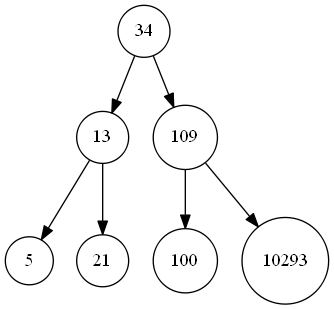
Before: ABB/grafo.png, a diagram exported from Graphviz (randolph182/EDD_S1_20201). Its source is kept beside it as ABB/grafo.dot. Source of this version:
```dot
digraph G{
node [shape=circle];
"0xc000006028"[label="34"];
"0xc000006028" -> "0xc0000044a8";
"0xc000006028" -> "0xc0000044b0";
"0xc0000044a8"[label="13"];
"0xc0000044a8" -> "0xc0000044c8";
"0xc0000044a8" -> "0xc0000044d0";
"0xc0000044c8"[label="5"];
"0xc0000044d0"[label="21"];
"0xc0000044b0"[label="109"];
"0xc0000044b0" -> "0xc000004508";
"0xc0000044b0" -> "0xc000004510";
"0xc000004508"[label="100"];
"0xc000004510"[label="10293"];

}
```
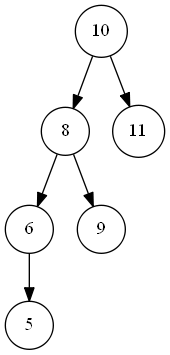
After the change.

Diff of the diagram source:
```diff
@@ -1,16 +1,19 @@
 digraph G{
 node [shape=circle];
-"0xc000006028"[label="34"];
-"0xc000006028" -> "0xc0000044a8";
-"0xc000006028" -> "0xc0000044b0";
-"0xc0000044a8"[label="13"];
-"0xc0000044a8" -> "0xc0000044c8";
-"0xc0000044a8" -> "0xc0000044d0";
-"0xc0000044c8"[label="5"];
-"0xc0000044d0"[label="21"];
-"0xc0000044b0"[label="109"];
-"0xc0000044b0" -> "0xc000004508";
-"0xc0000044b0" -> "0xc000004510";
+"0xc0000cc018"[label="10"];
+"0xc0000cc018" -> "0xc000098428";
+"0xc0000cc018" -> "0xc000098430";
+"0xc000098428"[label="8"];
+"0xc000098428" -> "0xc000098468";
+"0xc000098428" -> "0xc000098470";
+"0xc000098468"[label="6"];
+"0xc000098468" -> "0xc000098488";
+"0xc000098488"[label="5"];
+"0xc000098470"[label="9"];
+"0xc000098430"[label="11"];
+
+}
+4510";
 "0xc000004508"[label="100"];
 "0xc000004510"[label="10293"];
 
```
